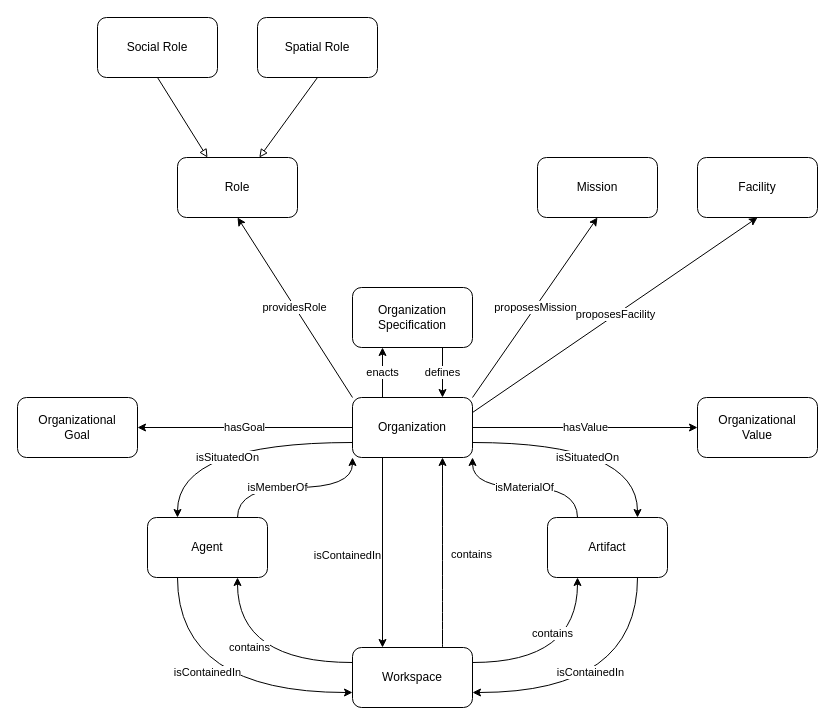
Above: domains/logistics/create-organization/create-organization.drawio in HyperAgents/hmas (draw.io), before the change. Source tidied: cells renumbered, new cells numbered last; positions are measured from the earlier drawing's top-left corner, leaving out a move shared by most shapes. Both pictures are drawn from the tidied source at 100%, with x=0, y=0 at pixel (17, 17).
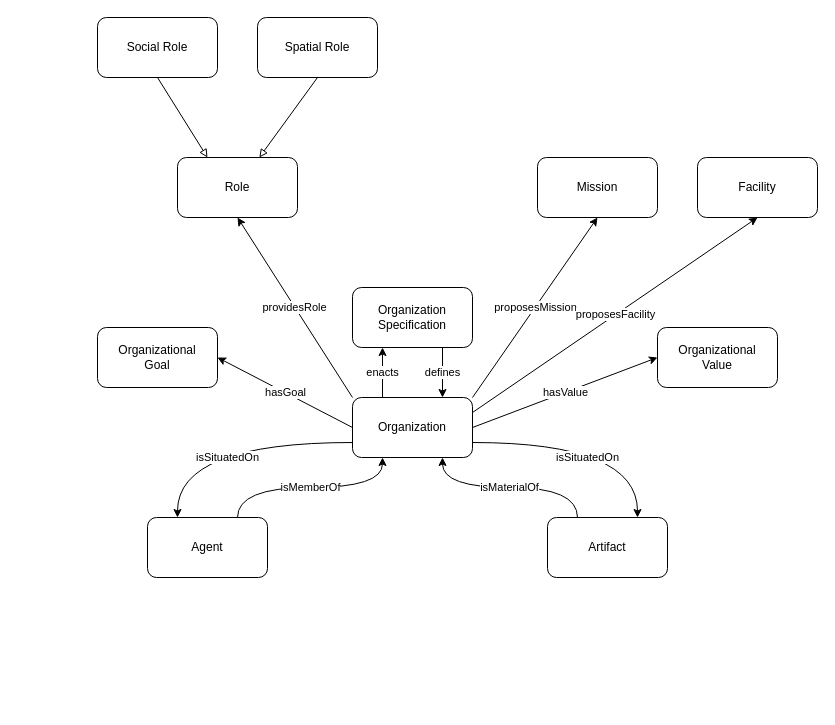
After the change.

Unchanged cells that the change refers to:
```xml
<mxCell id="11" value="Organization" style="rounded=1;whiteSpace=wrap;html=1;" parent="1" vertex="1">
  <mxGeometry x="335" y="380" width="120" height="60" as="geometry" />
</mxCell>
<mxCell id="19" value="Agent" style="rounded=1;whiteSpace=wrap;html=1;" parent="1" vertex="1">
  <mxGeometry x="130" y="500" width="120" height="60" as="geometry" />
</mxCell>
<mxCell id="23" value="Artifact" style="rounded=1;whiteSpace=wrap;html=1;" parent="1" vertex="1">
  <mxGeometry x="530" y="500" width="120" height="60" as="geometry" />
</mxCell>
```

Diff of the diagram source:
```diff
@@
-    <mxCell id="5" value="isContainedIn" style="edgeStyle=none;rounded=0;jettySize=auto;html=1;exitX=0.25;exitY=1;exitDx=0;exitDy=0;startArrow=none;startFill=0;endArrow=classic;endFill=1;entryX=0.25;entryY=0;entryDx=0;entryDy=0;" parent="1" edge="1" source="11" target="26">
-      <mxGeometry x="0.03" y="-35" relative="1" as="geometry" />
-    </mxCell>
@@
-    <mxCell id="7" value="isMemberOf" style="edgeStyle=orthogonalEdgeStyle;rounded=0;jettySize=auto;html=1;exitX=0;exitY=1;exitDx=0;exitDy=0;entryX=0.75;entryY=0;entryDx=0;entryDy=0;curved=1;startArrow=classic;startFill=1;endArrow=none;endFill=0;" parent="1" edge="1" source="11" target="19">
-      <mxGeometry x="0.2" relative="1" as="geometry" />
-    </mxCell>
@@
-    <mxCell id="9" value="hasValue" style="edgeStyle=orthogonalEdgeStyle;rounded=0;jettySize=auto;html=1;exitX=1;exitY=0.5;exitDx=0;exitDy=0;entryX=0;entryY=0.5;entryDx=0;entryDy=0;" parent="1" edge="1" source="11" target="33">
+    <mxCell id="9" value="hasValue" style="rounded=0;jettySize=auto;html=1;exitX=1;exitY=0.5;exitDx=0;exitDy=0;entryX=0;entryY=0.5;entryDx=0;entryDy=0;" parent="1" edge="1" source="11" target="33">
       <mxGeometry relative="1" as="geometry" />
     </mxCell>
-    <mxCell id="10" value="hasGoal" style="edgeStyle=orthogonalEdgeStyle;rounded=0;jettySize=auto;html=1;exitX=0;exitY=0.5;exitDx=0;exitDy=0;entryX=1;entryY=0.5;entryDx=0;entryDy=0;" parent="1" edge="1" source="11" target="32">
+    <mxCell id="10" value="hasGoal" style="rounded=0;jettySize=auto;html=1;exitX=0;exitY=0.5;exitDx=0;exitDy=0;entryX=1;entryY=0.5;entryDx=0;entryDy=0;" parent="1" edge="1" source="11" target="32">
       <mxGeometry relative="1" as="geometry" />
     </mxCell>
@@
-    <mxCell id="18" value="isContainedIn" style="edgeStyle=orthogonalEdgeStyle;rounded=0;jettySize=auto;html=1;exitX=0.25;exitY=1;exitDx=0;exitDy=0;entryX=0;entryY=0.75;entryDx=0;entryDy=0;startArrow=none;startFill=0;endArrow=classic;endFill=1;curved=1;" parent="1" edge="1" source="19" target="26">
-      <mxGeometry y="20" relative="1" as="geometry" />
-    </mxCell>
+    <mxCell id="7" value="isMemberOf" style="edgeStyle=orthogonalEdgeStyle;rounded=0;jettySize=auto;html=1;exitX=0.75;exitY=0;exitDx=0;exitDy=0;entryX=0.25;entryY=1;entryDx=0;entryDy=0;curved=1;" parent="1" edge="1" source="19" target="11">
+      <mxGeometry relative="1" as="geometry" />
+    </mxCell>
@@
-    <mxCell id="20" value="isContainedIn" style="edgeStyle=orthogonalEdgeStyle;curved=1;rounded=0;jettySize=auto;html=1;exitX=0.75;exitY=1;exitDx=0;exitDy=0;entryX=1;entryY=0.75;entryDx=0;entryDy=0;startArrow=none;startFill=0;endArrow=classic;endFill=1;" parent="1" edge="1" source="23" target="26">
-      <mxGeometry x="0.16" y="-20" relative="1" as="geometry" />
-    </mxCell>
@@
-    <mxCell id="22" value="isMaterialOf" style="edgeStyle=orthogonalEdgeStyle;rounded=0;jettySize=auto;html=1;exitX=0.25;exitY=0;exitDx=0;exitDy=0;entryX=1;entryY=1;entryDx=0;entryDy=0;curved=1;" parent="1" edge="1" source="23" target="11">
+    <mxCell id="22" value="isMaterialOf" style="edgeStyle=orthogonalEdgeStyle;rounded=0;jettySize=auto;html=1;exitX=0.25;exitY=0;exitDx=0;exitDy=0;entryX=0.75;entryY=1;entryDx=0;entryDy=0;curved=1;" parent="1" edge="1" source="23" target="11">
       <mxGeometry relative="1" as="geometry" />
     </mxCell>
@@
-    <mxCell id="24" value="contains" style="edgeStyle=orthogonalEdgeStyle;curved=1;rounded=0;jettySize=auto;html=1;exitX=0;exitY=0.25;exitDx=0;exitDy=0;entryX=0.75;entryY=1;entryDx=0;entryDy=0;startArrow=none;startFill=0;endArrow=classic;endFill=1;" parent="1" edge="1" source="26" target="19">
-      <mxGeometry x="0.03" y="-15" relative="1" as="geometry" />
-    </mxCell>
-    <mxCell id="25" value="contains" style="edgeStyle=orthogonalEdgeStyle;curved=1;rounded=0;jettySize=auto;html=1;exitX=1;exitY=0.25;exitDx=0;exitDy=0;entryX=0.25;entryY=1;entryDx=0;entryDy=0;startArrow=none;startFill=0;endArrow=classic;endFill=1;" parent="1" edge="1" source="26" target="23">
-      <mxGeometry x="0.41" y="25" relative="1" as="geometry" />
-    </mxCell>
-    <mxCell id="26" value="Workspace" style="rounded=1;whiteSpace=wrap;html=1;" parent="1" vertex="1">
-      <mxGeometry x="335" y="630" width="120" height="60" as="geometry" />
-    </mxCell>
-    <mxCell id="27" style="endArrow=classic;html=1;rounded=0;curved=1;entryX=0.75;entryY=1;entryDx=0;entryDy=0;exitX=0.75;exitY=0;exitDx=0;exitDy=0;" parent="1" edge="1" source="26" target="11">
-      <mxGeometry relative="1" as="geometry" />
-    </mxCell>
-    <mxCell id="28" value="contains" style="edgeLabel;html=1;align=center;verticalAlign=middle;" parent="27" vertex="1">
-      <mxGeometry x="-0.06" y="-3" relative="1" as="geometry">
-        <mxPoint x="25" y="-5" as="offset" />
-      </mxGeometry>
-    </mxCell>
@@
     <mxCell id="32" value="&lt;div&gt;Organizational&lt;/div&gt;&lt;div&gt;Goal&lt;/div&gt;" style="rounded=1;whiteSpace=wrap;html=1;" parent="1" vertex="1">
-      <mxGeometry y="380" width="120" height="60" as="geometry" />
+      <mxGeometry x="80" y="310" width="120" height="60" as="geometry" />
     </mxCell>
     <mxCell id="33" value="&lt;div&gt;Organizational&lt;/div&gt;&lt;div&gt;Value&lt;br&gt;&lt;/div&gt;" style="rounded=1;whiteSpace=wrap;html=1;" parent="1" vertex="1">
-      <mxGeometry x="680" y="380" width="120" height="60" as="geometry" />
+      <mxGeometry x="640" y="310" width="120" height="60" as="geometry" />
     </mxCell>
```
